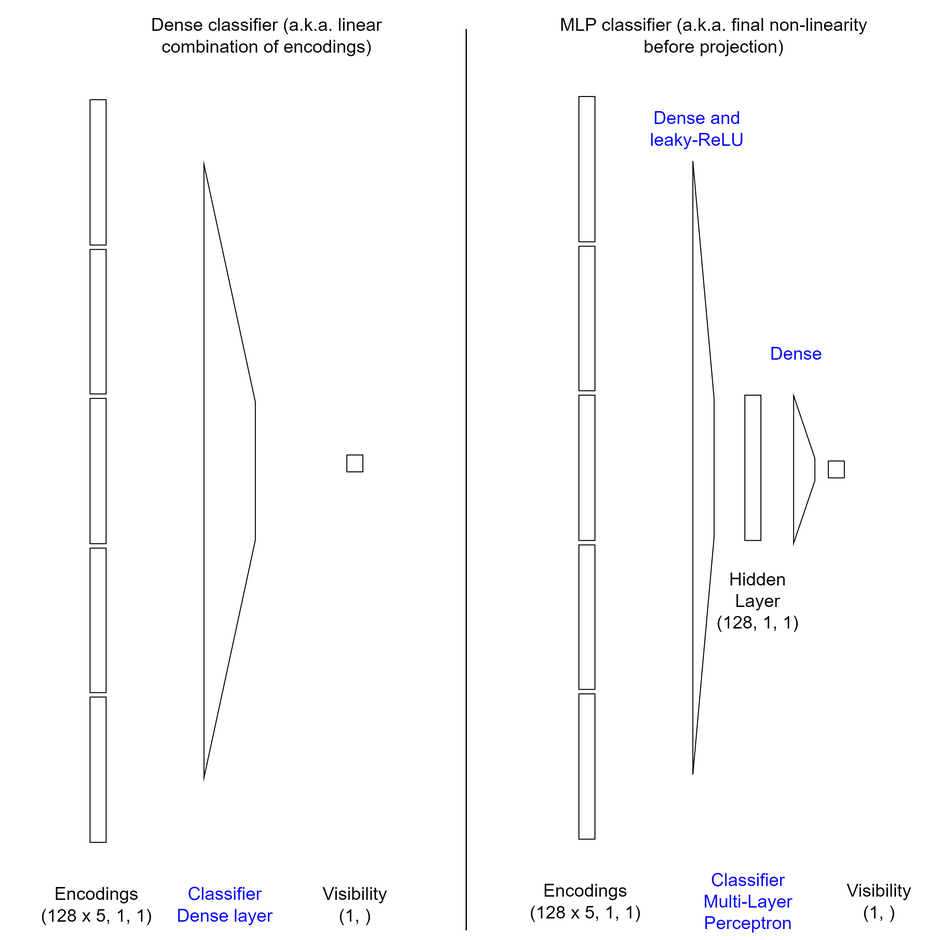
Before: utils/model_diagram_mlp.png, a diagram exported from draw.io (MeteoSwiss/camvis2). Source tidied: cells renumbered, new cells last; positions are measured from the earlier drawing's top-left corner, leaving out a move shared by most shapes.
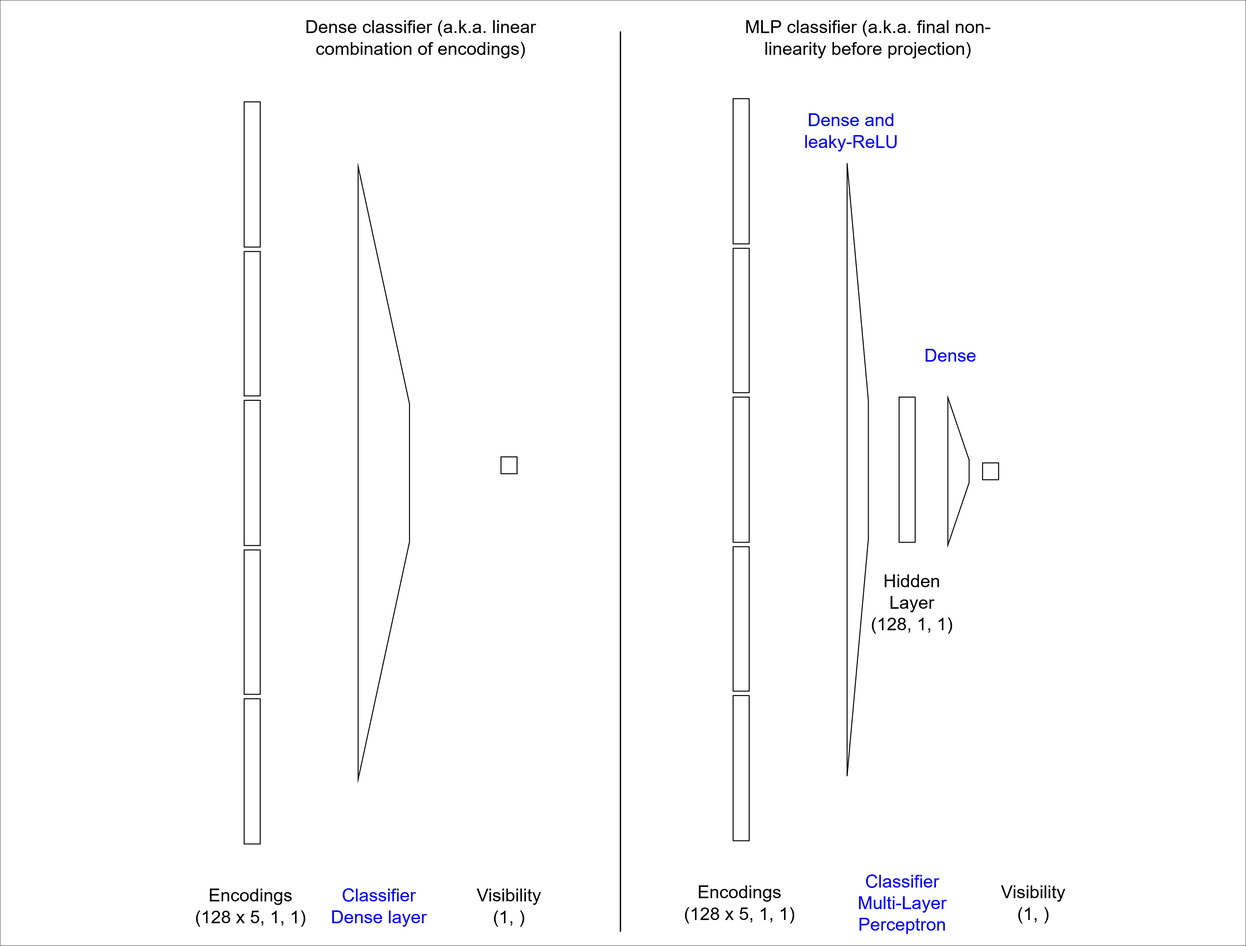
The same diagram one commit later.

What changed in the source:
```diff
@@ -2,72 +2,75 @@
   <root>
     <mxCell id="0" />
     <mxCell id="1" parent="0" />
-    <mxCell id="2" value="Encodings &lt;br style=&quot;font-size: 56px;&quot;&gt;(128 x 5, 1, 1)" style="text;html=1;strokeColor=none;fillColor=none;align=center;verticalAlign=middle;whiteSpace=wrap;rounded=0;fontSize=56;" parent="1" vertex="1">
-      <mxGeometry x="240" y="2706.2" width="600" height="220" as="geometry" />
-    </mxCell>
-    <mxCell id="3" style="rounded=0;whiteSpace=wrap;html=1;strokeWidth=3;rotation=0;" parent="1" vertex="1">
-      <mxGeometry x="520" y="2170" width="50" height="452.5" as="geometry" />
-    </mxCell>
-    <mxCell id="4" style="shape=trapezoid;perimeter=trapezoidPerimeter;whiteSpace=wrap;html=1;fixedSize=1;rotation=90;size=740;strokeWidth=3;" parent="1" vertex="1">
-      <mxGeometry y="1386.2" width="1910" height="160" as="geometry" />
-    </mxCell>
-    <mxCell id="5" style="rounded=0;whiteSpace=wrap;html=1;strokeWidth=3;" parent="1" vertex="1">
-      <mxGeometry x="1320" y="1416.2" width="50" height="52.5" as="geometry" />
-    </mxCell>
+    <mxCell id="30" style="rounded=0;whiteSpace=wrap;html=1;" parent="1" vertex="1">
+      <mxGeometry x="-240" y="-6.9" width="3880" height="2946.2" as="geometry" />
+    </mxCell>
+    <mxCell id="31" value="Encodings &lt;br style=&quot;font-size: 56px;&quot;&gt;(128 x 5, 1, 1)" style="text;html=1;strokeColor=none;fillColor=none;align=center;verticalAlign=middle;whiteSpace=wrap;rounded=0;fontSize=56;" parent="1" vertex="1">
+      <mxGeometry x="240" y="2706.2" width="600" height="220" as="geometry" />
+    </mxCell>
+    <mxCell id="32" style="rounded=0;whiteSpace=wrap;html=1;strokeWidth=3;rotation=0;" parent="1" vertex="1">
+      <mxGeometry x="520" y="2170" width="50" height="452.5" as="geometry" />
+    </mxCell>
+    <mxCell id="33" style="shape=trapezoid;perimeter=trapezoidPerimeter;whiteSpace=wrap;html=1;fixedSize=1;rotation=90;size=740;strokeWidth=3;" parent="1" vertex="1">
+      <mxGeometry y="1386.2" width="1910" height="160" as="geometry" />
+    </mxCell>
+    <mxCell id="34" style="rounded=0;whiteSpace=wrap;html=1;strokeWidth=3;" parent="1" vertex="1">
+      <mxGeometry x="1320" y="1416.2" width="50" height="52.5" as="geometry" />
+    </mxCell>
     <mxCell id="6" value="Classifier&lt;br style=&quot;font-size: 56px;&quot;&gt;Dense layer" style="text;html=1;strokeColor=none;fillColor=none;align=center;verticalAlign=middle;whiteSpace=wrap;rounded=0;fontSize=56;fontColor=#0000FF;" parent="1" vertex="1">
       <mxGeometry x="640" y="2706.2" width="600" height="220" as="geometry" />
     </mxCell>
-    <mxCell id="7" value="Visibility&lt;br style=&quot;font-size: 56px;&quot;&gt;(1, )" style="text;html=1;strokeColor=none;fillColor=none;align=center;verticalAlign=middle;whiteSpace=wrap;rounded=0;fontSize=56;" parent="1" vertex="1">
-      <mxGeometry x="1167" y="2706.2" width="356" height="220" as="geometry" />
-    </mxCell>
-    <mxCell id="8" style="rounded=0;whiteSpace=wrap;html=1;strokeWidth=3;rotation=0;" parent="1" vertex="1">
-      <mxGeometry x="520" y="1706.2" width="50" height="450" as="geometry" />
-    </mxCell>
-    <mxCell id="9" style="rounded=0;whiteSpace=wrap;html=1;strokeWidth=3;rotation=0;" parent="1" vertex="1">
-      <mxGeometry x="520" y="1240" width="50" height="452.5" as="geometry" />
-    </mxCell>
-    <mxCell id="10" style="rounded=0;whiteSpace=wrap;html=1;strokeWidth=3;rotation=0;" parent="1" vertex="1">
-      <mxGeometry x="520" y="776.2" width="50" height="450" as="geometry" />
-    </mxCell>
-    <mxCell id="11" style="rounded=0;whiteSpace=wrap;html=1;strokeWidth=3;rotation=0;" parent="1" vertex="1">
-      <mxGeometry x="520" y="310" width="50" height="452.5" as="geometry" />
-    </mxCell>
-    <mxCell id="12" value="Encodings &lt;br style=&quot;font-size: 56px;&quot;&gt;(128 x 5, 1, 1)" style="text;html=1;strokeColor=none;fillColor=none;align=center;verticalAlign=middle;whiteSpace=wrap;rounded=0;fontSize=56;" parent="1" vertex="1">
-      <mxGeometry x="1763" y="2696.2" width="600" height="220" as="geometry" />
-    </mxCell>
-    <mxCell id="13" style="rounded=0;whiteSpace=wrap;html=1;strokeWidth=3;rotation=0;" parent="1" vertex="1">
-      <mxGeometry x="2043" y="2160" width="50" height="452.5" as="geometry" />
-    </mxCell>
-    <mxCell id="14" style="shape=trapezoid;perimeter=trapezoidPerimeter;whiteSpace=wrap;html=1;fixedSize=1;rotation=90;size=740;strokeWidth=3;" parent="1" vertex="1">
-      <mxGeometry x="1476.1" y="1423.1" width="1910" height="66.2" as="geometry" />
-    </mxCell>
-    <mxCell id="15" style="rounded=0;whiteSpace=wrap;html=1;strokeWidth=3;" parent="1" vertex="1">
-      <mxGeometry x="2820" y="1435" width="50" height="52.5" as="geometry" />
-    </mxCell>
+    <mxCell id="35" value="Visibility&lt;br style=&quot;font-size: 56px;&quot;&gt;(1, )" style="text;html=1;strokeColor=none;fillColor=none;align=center;verticalAlign=middle;whiteSpace=wrap;rounded=0;fontSize=56;" parent="1" vertex="1">
+      <mxGeometry x="1167" y="2706.2" width="356" height="220" as="geometry" />
+    </mxCell>
+    <mxCell id="36" style="rounded=0;whiteSpace=wrap;html=1;strokeWidth=3;rotation=0;" parent="1" vertex="1">
+      <mxGeometry x="520" y="1706.2" width="50" height="450" as="geometry" />
+    </mxCell>
+    <mxCell id="37" style="rounded=0;whiteSpace=wrap;html=1;strokeWidth=3;rotation=0;" parent="1" vertex="1">
+      <mxGeometry x="520" y="1240" width="50" height="452.5" as="geometry" />
+    </mxCell>
+    <mxCell id="38" style="rounded=0;whiteSpace=wrap;html=1;strokeWidth=3;rotation=0;" parent="1" vertex="1">
+      <mxGeometry x="520" y="776.2" width="50" height="450" as="geometry" />
+    </mxCell>
+    <mxCell id="39" style="rounded=0;whiteSpace=wrap;html=1;strokeWidth=3;rotation=0;" parent="1" vertex="1">
+      <mxGeometry x="520" y="310" width="50" height="452.5" as="geometry" />
+    </mxCell>
+    <mxCell id="40" value="Encodings &lt;br style=&quot;font-size: 56px;&quot;&gt;(128 x 5, 1, 1)" style="text;html=1;strokeColor=none;fillColor=none;align=center;verticalAlign=middle;whiteSpace=wrap;rounded=0;fontSize=56;" parent="1" vertex="1">
+      <mxGeometry x="1763" y="2696.2" width="600" height="220" as="geometry" />
+    </mxCell>
+    <mxCell id="41" style="rounded=0;whiteSpace=wrap;html=1;strokeWidth=3;rotation=0;" parent="1" vertex="1">
+      <mxGeometry x="2043" y="2160" width="50" height="452.5" as="geometry" />
+    </mxCell>
+    <mxCell id="42" style="shape=trapezoid;perimeter=trapezoidPerimeter;whiteSpace=wrap;html=1;fixedSize=1;rotation=90;size=740;strokeWidth=3;" parent="1" vertex="1">
+      <mxGeometry x="1476.1" y="1423.1" width="1910" height="66.2" as="geometry" />
+    </mxCell>
+    <mxCell id="43" style="rounded=0;whiteSpace=wrap;html=1;strokeWidth=3;" parent="1" vertex="1">
+      <mxGeometry x="2820" y="1435" width="50" height="52.5" as="geometry" />
+    </mxCell>
     <mxCell id="16" value="Classifier&lt;br style=&quot;font-size: 56px;&quot;&gt;Multi-Layer&lt;br&gt;Perceptron" style="text;html=1;strokeColor=none;fillColor=none;align=center;verticalAlign=middle;whiteSpace=wrap;rounded=0;fontSize=56;fontColor=#0000FF;" parent="1" vertex="1">
       <mxGeometry x="2270" y="2696.2" width="600" height="220" as="geometry" />
     </mxCell>
-    <mxCell id="17" value="Visibility&lt;br style=&quot;font-size: 56px;&quot;&gt;(1, )" style="text;html=1;strokeColor=none;fillColor=none;align=center;verticalAlign=middle;whiteSpace=wrap;rounded=0;fontSize=56;" parent="1" vertex="1">
-      <mxGeometry x="2800" y="2696.2" width="356" height="220" as="geometry" />
-    </mxCell>
-    <mxCell id="18" style="rounded=0;whiteSpace=wrap;html=1;strokeWidth=3;rotation=0;" parent="1" vertex="1">
-      <mxGeometry x="2043" y="1696.2" width="50" height="450" as="geometry" />
-    </mxCell>
-    <mxCell id="19" style="rounded=0;whiteSpace=wrap;html=1;strokeWidth=3;rotation=0;" parent="1" vertex="1">
-      <mxGeometry x="2043" y="1230" width="50" height="452.5" as="geometry" />
-    </mxCell>
-    <mxCell id="20" style="rounded=0;whiteSpace=wrap;html=1;strokeWidth=3;rotation=0;" parent="1" vertex="1">
-      <mxGeometry x="2043" y="766.2" width="50" height="450" as="geometry" />
-    </mxCell>
-    <mxCell id="21" style="rounded=0;whiteSpace=wrap;html=1;strokeWidth=3;rotation=0;" parent="1" vertex="1">
-      <mxGeometry x="2043" y="300" width="50" height="452.5" as="geometry" />
-    </mxCell>
-    <mxCell id="22" style="shape=trapezoid;perimeter=trapezoidPerimeter;whiteSpace=wrap;html=1;fixedSize=1;rotation=90;size=195;strokeWidth=3;" parent="1" vertex="1">
-      <mxGeometry x="2515" y="1428.1" width="460" height="66.2" as="geometry" />
-    </mxCell>
-    <mxCell id="23" style="rounded=0;whiteSpace=wrap;html=1;strokeWidth=3;rotation=0;" parent="1" vertex="1">
-      <mxGeometry x="2560" y="1230" width="50" height="452.5" as="geometry" />
-    </mxCell>
+    <mxCell id="44" value="Visibility&lt;br style=&quot;font-size: 56px;&quot;&gt;(1, )" style="text;html=1;strokeColor=none;fillColor=none;align=center;verticalAlign=middle;whiteSpace=wrap;rounded=0;fontSize=56;" parent="1" vertex="1">
+      <mxGeometry x="2800" y="2696.2" width="356" height="220" as="geometry" />
+    </mxCell>
+    <mxCell id="45" style="rounded=0;whiteSpace=wrap;html=1;strokeWidth=3;rotation=0;" parent="1" vertex="1">
+      <mxGeometry x="2043" y="1696.2" width="50" height="450" as="geometry" />
+    </mxCell>
+    <mxCell id="46" style="rounded=0;whiteSpace=wrap;html=1;strokeWidth=3;rotation=0;" parent="1" vertex="1">
+      <mxGeometry x="2043" y="1230" width="50" height="452.5" as="geometry" />
+    </mxCell>
+    <mxCell id="47" style="rounded=0;whiteSpace=wrap;html=1;strokeWidth=3;rotation=0;" parent="1" vertex="1">
+      <mxGeometry x="2043" y="766.2" width="50" height="450" as="geometry" />
+    </mxCell>
+    <mxCell id="48" style="rounded=0;whiteSpace=wrap;html=1;strokeWidth=3;rotation=0;" parent="1" vertex="1">
+      <mxGeometry x="2043" y="300" width="50" height="452.5" as="geometry" />
+    </mxCell>
+    <mxCell id="49" style="shape=trapezoid;perimeter=trapezoidPerimeter;whiteSpace=wrap;html=1;fixedSize=1;rotation=90;size=195;strokeWidth=3;" parent="1" vertex="1">
+      <mxGeometry x="2515" y="1428.1" width="460" height="66.2" as="geometry" />
+    </mxCell>
+    <mxCell id="50" style="rounded=0;whiteSpace=wrap;html=1;strokeWidth=3;rotation=0;" parent="1" vertex="1">
+      <mxGeometry x="2560" y="1230" width="50" height="452.5" as="geometry" />
+    </mxCell>
     <mxCell id="24" value="Dense and&lt;br&gt;leaky-ReLU" style="text;html=1;strokeColor=none;fillColor=none;align=center;verticalAlign=middle;whiteSpace=wrap;rounded=0;fontSize=56;fontColor=#0000FF;" parent="1" vertex="1">
       <mxGeometry x="2111" y="290" width="600" height="220" as="geometry" />
     </mxCell>
@@ -77,12 +80,12 @@
     <mxCell id="26" value="Hidden &lt;br&gt;Layer&lt;br style=&quot;font-size: 56px;&quot;&gt;(128, 1, 1)" style="text;html=1;strokeColor=none;fillColor=none;align=center;verticalAlign=middle;whiteSpace=wrap;rounded=0;fontSize=56;" parent="1" vertex="1">
       <mxGeometry x="2300" y="1760" width="600" height="220" as="geometry" />
     </mxCell>
-    <mxCell id="27" style="endArrow=none;html=1;rounded=0;strokeWidth=4;" parent="1" edge="1">
-      <mxGeometry relative="1" as="geometry">
-        <mxPoint x="1692" y="2896.2" as="sourcePoint" />
-        <mxPoint x="1692" y="90" as="targetPoint" />
-      </mxGeometry>
-    </mxCell>
+    <mxCell id="51" style="endArrow=none;html=1;rounded=0;strokeWidth=4;" parent="1" edge="1">
+      <mxGeometry relative="1" as="geometry">
+        <mxPoint x="1692" y="2896.2" as="sourcePoint" />
+        <mxPoint x="1692" y="90" as="targetPoint" />
+      </mxGeometry>
+    </mxCell>
     <mxCell id="28" value="Dense classifier (a.k.a. linear combination of encodings)" style="text;html=1;strokeColor=none;fillColor=none;align=center;verticalAlign=middle;whiteSpace=wrap;rounded=0;fontSize=56;" parent="1" vertex="1">
       <mxGeometry x="590" width="960" height="220" as="geometry" />
     </mxCell>
```
